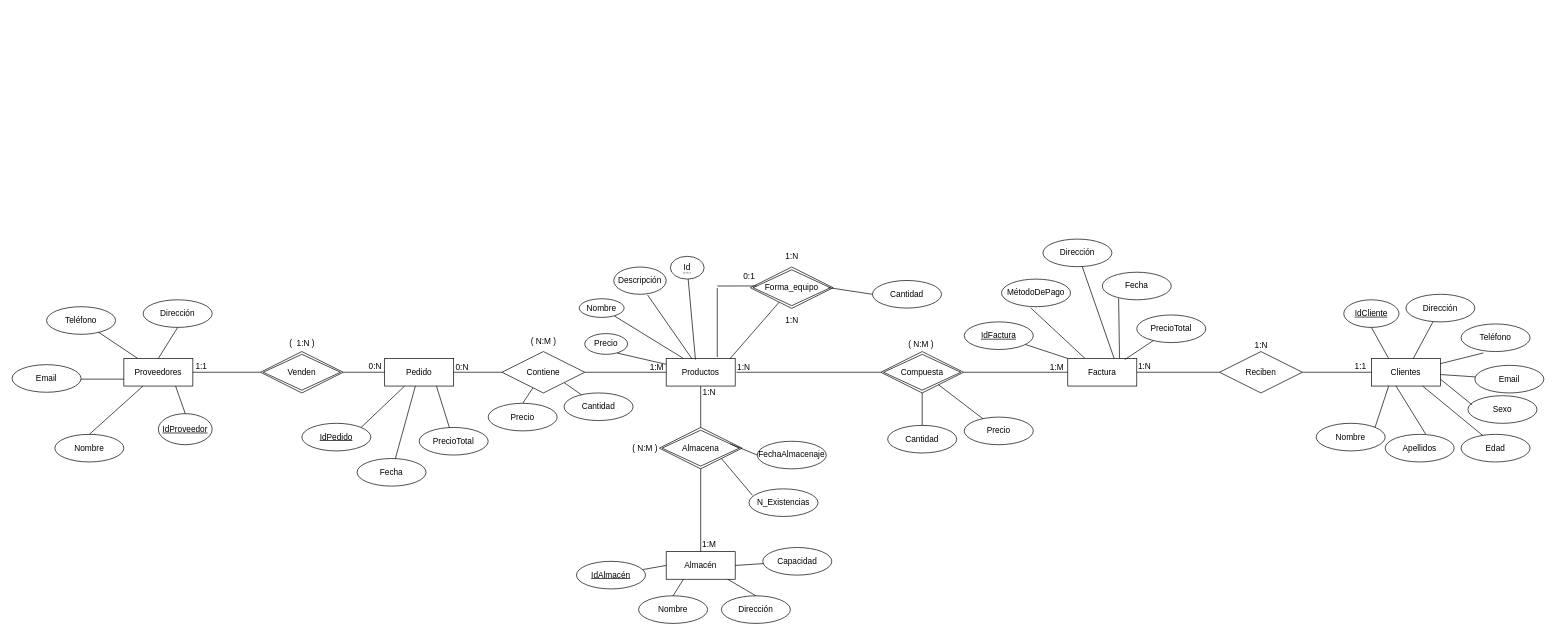
The draw.io diagram Untitled Diagram.drawio in huertin03/ERP-HardSpot, before the edit. Source tidied: cells renumbered, new cells numbered last; positions are measured from the earlier drawing's top-left corner, leaving out a move shared by most shapes. Both pictures are drawn from the tidied source at 69%, with x=0, y=0 at pixel (12, 239).
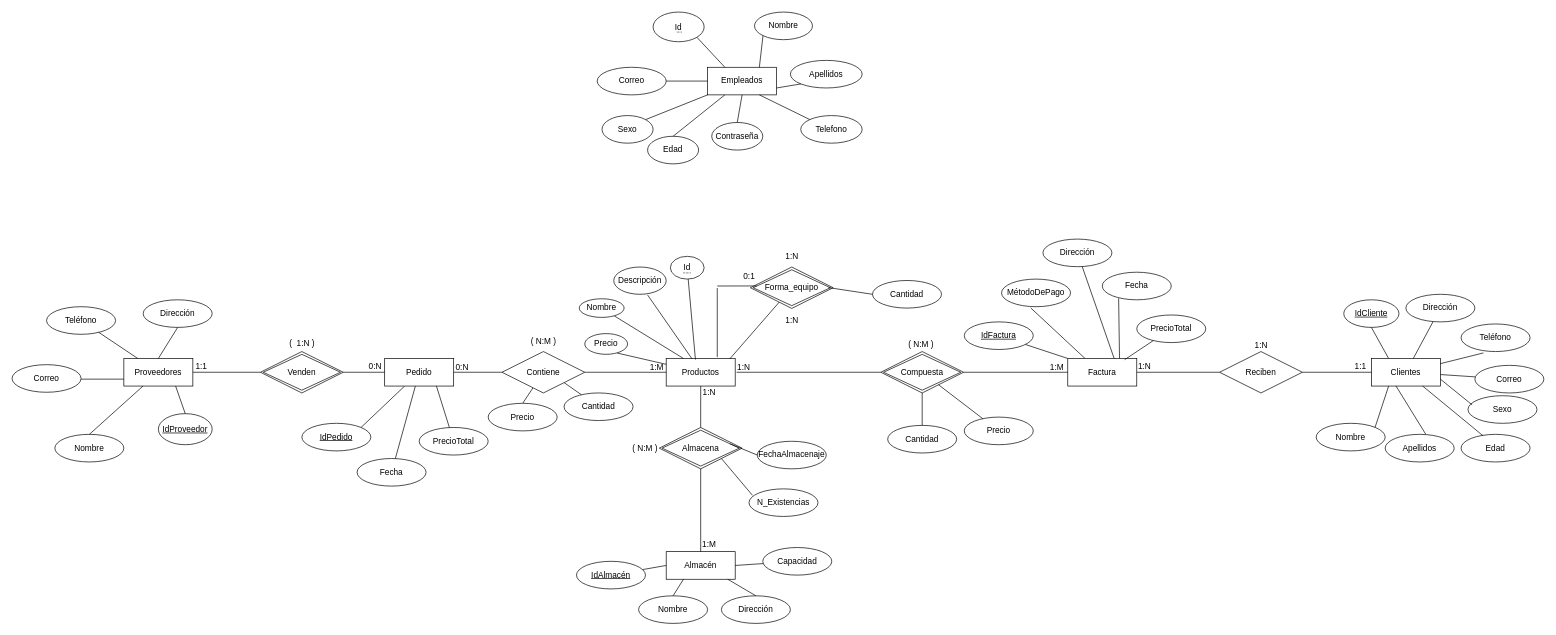
After the change.

What changed in the source:
```diff
@@
-    <mxCell id="14" value="Email" style="ellipse;whiteSpace=wrap;html=1;align=center;" parent="1" vertex="1">
+    <mxCell id="14" value="Correo" style="ellipse;whiteSpace=wrap;html=1;align=center;" parent="1" vertex="1">
       <mxGeometry y="182" width="100" height="40" as="geometry" />
     </mxCell>
@@
-    <mxCell id="54" value="Email" style="ellipse;whiteSpace=wrap;html=1;align=center;" parent="1" vertex="1">
+    <mxCell id="54" value="Correo" style="ellipse;whiteSpace=wrap;html=1;align=center;" parent="1" vertex="1">
       <mxGeometry x="2120" y="183" width="100" height="40" as="geometry" />
     </mxCell>
@@
+    <mxCell id="117" value="Empleados" style="whiteSpace=wrap;html=1;align=center;" parent="1" vertex="1">
+      <mxGeometry x="1008" y="-249" width="100" height="40" as="geometry" />
+    </mxCell>
+    <mxCell id="118" value="&lt;span style=&quot;border-bottom: 1px dotted&quot;&gt;Id&lt;/span&gt;" style="ellipse;whiteSpace=wrap;html=1;align=center;" parent="1" vertex="1">
+      <mxGeometry x="929" y="-329" width="74" height="43" as="geometry" />
+    </mxCell>
+    <mxCell id="119" value="Nombre" style="ellipse;whiteSpace=wrap;html=1;align=center;" parent="1" vertex="1">
+      <mxGeometry x="1076" y="-329" width="84" height="40" as="geometry" />
+    </mxCell>
+    <mxCell id="120" value="Correo" style="ellipse;whiteSpace=wrap;html=1;align=center;" parent="1" vertex="1">
+      <mxGeometry x="848" y="-249" width="100" height="40" as="geometry" />
+    </mxCell>
+    <mxCell id="121" value="Apellidos" style="ellipse;whiteSpace=wrap;html=1;align=center;" parent="1" vertex="1">
+      <mxGeometry x="1128" y="-259" width="104" height="40" as="geometry" />
+    </mxCell>
+    <mxCell id="122" value="Sexo" style="ellipse;whiteSpace=wrap;html=1;align=center;" parent="1" vertex="1">
+      <mxGeometry x="855" y="-179" width="74" height="40" as="geometry" />
+    </mxCell>
+    <mxCell id="123" value="Telefono" style="ellipse;whiteSpace=wrap;html=1;align=center;" parent="1" vertex="1">
+      <mxGeometry x="1143" y="-179" width="89" height="40" as="geometry" />
+    </mxCell>
+    <mxCell id="124" value="Contraseña" style="ellipse;whiteSpace=wrap;html=1;align=center;" parent="1" vertex="1">
+      <mxGeometry x="1014" y="-169" width="74" height="40" as="geometry" />
+    </mxCell>
+    <mxCell id="125" style="endArrow=none;html=1;rounded=0;exitX=1;exitY=1;exitDx=0;exitDy=0;entryX=0.25;entryY=0;entryDx=0;entryDy=0;" parent="1" edge="1" source="118" target="117">
+      <mxGeometry relative="1" as="geometry" />
+    </mxCell>
+    <mxCell id="126" style="endArrow=none;html=1;rounded=0;exitX=0;exitY=1;exitDx=0;exitDy=0;entryX=0.75;entryY=0;entryDx=0;entryDy=0;" parent="1" edge="1" source="119" target="117">
+      <mxGeometry relative="1" as="geometry" />
+    </mxCell>
+    <mxCell id="127" style="endArrow=none;html=1;rounded=0;exitX=0;exitY=1;exitDx=0;exitDy=0;entryX=1;entryY=0.75;entryDx=0;entryDy=0;" parent="1" edge="1" source="121" target="117">
+      <mxGeometry relative="1" as="geometry" />
+    </mxCell>
+    <mxCell id="128" style="endArrow=none;html=1;rounded=0;exitX=0;exitY=0;exitDx=0;exitDy=0;entryX=0.75;entryY=1;entryDx=0;entryDy=0;" parent="1" edge="1" source="123" target="117">
+      <mxGeometry relative="1" as="geometry" />
+    </mxCell>
+    <mxCell id="129" style="endArrow=none;html=1;rounded=0;exitX=0.5;exitY=0;exitDx=0;exitDy=0;entryX=0.5;entryY=1;entryDx=0;entryDy=0;" parent="1" edge="1" source="124" target="117">
+      <mxGeometry relative="1" as="geometry" />
+    </mxCell>
+    <mxCell id="130" style="endArrow=none;html=1;rounded=0;exitX=1;exitY=0;exitDx=0;exitDy=0;entryX=0;entryY=1;entryDx=0;entryDy=0;" parent="1" edge="1" source="122" target="117">
+      <mxGeometry relative="1" as="geometry" />
+    </mxCell>
+    <mxCell id="131" style="endArrow=none;html=1;rounded=0;exitX=1;exitY=0.5;exitDx=0;exitDy=0;entryX=0;entryY=0.5;entryDx=0;entryDy=0;" parent="1" edge="1" source="120" target="117">
+      <mxGeometry relative="1" as="geometry" />
+    </mxCell>
+    <mxCell id="132" value="Edad" style="ellipse;whiteSpace=wrap;html=1;align=center;" parent="1" vertex="1">
+      <mxGeometry x="921" y="-149" width="74" height="40" as="geometry" />
+    </mxCell>
+    <mxCell id="133" style="endArrow=none;html=1;rounded=0;exitX=0.5;exitY=0;exitDx=0;exitDy=0;entryX=0.25;entryY=1;entryDx=0;entryDy=0;" parent="1" edge="1" source="132" target="117">
+      <mxGeometry relative="1" as="geometry" />
+    </mxCell>
```
